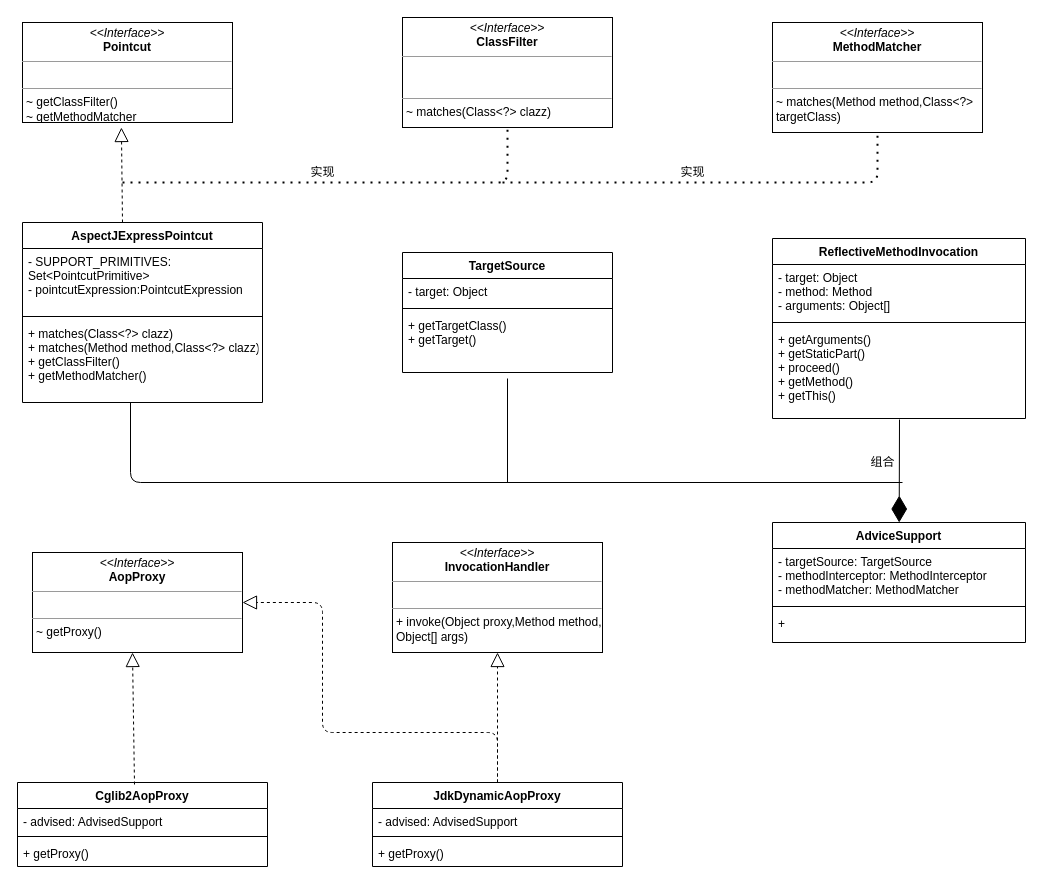
Before: drowio/spring手撸专栏/spring aop基本功能uml.drawio in allen1995/allen-git, a draw.io diagram. Source tidied: cells renumbered, new cells numbered last; positions are measured from the earlier drawing's top-left corner, leaving out a move shared by most shapes. Both pictures are drawn from the tidied source at 100%, with x=0, y=0 at pixel (17, 17).
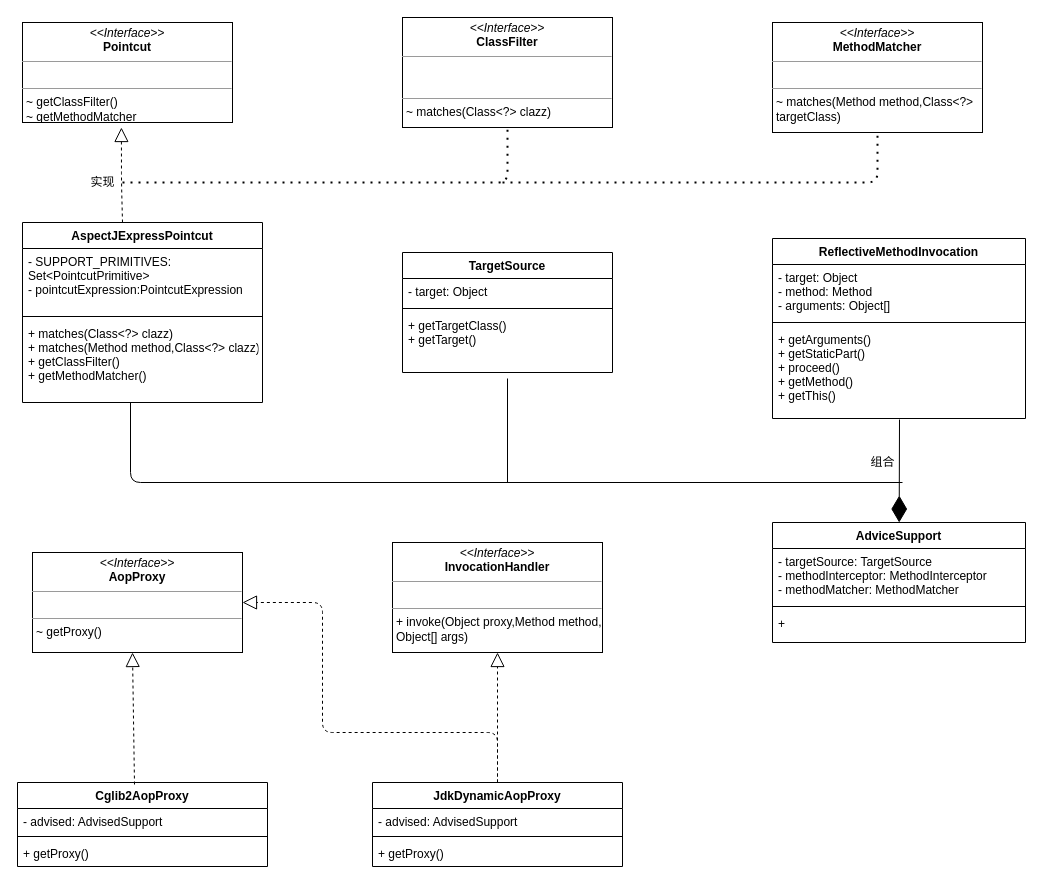
The same diagram, later.

Commit message (it also covers changes not shown here):
Mabatis sql执行时序图提交

Unchanged cells that the change refers to:
```xml
<mxCell id="2" value="&lt;p style=&quot;margin: 0px ; margin-top: 4px ; text-align: center&quot;&gt;&lt;i&gt;&amp;lt;&amp;lt;Interface&amp;gt;&amp;gt;&lt;/i&gt;&lt;br&gt;&lt;b&gt;Pointcut&lt;/b&gt;&lt;/p&gt;&lt;hr size=&quot;1&quot;&gt;&lt;p style=&quot;margin: 0px ; margin-left: 4px&quot;&gt;&lt;br&gt;&lt;/p&gt;&lt;hr size=&quot;1&quot;&gt;&lt;p style=&quot;margin: 0px 0px 0px 4px&quot;&gt;~ getClassFilter()&lt;/p&gt;&lt;p style=&quot;margin: 0px 0px 0px 4px&quot;&gt;~ getMethodMatcher&lt;/p&gt;" style="verticalAlign=top;align=left;overflow=fill;fontSize=12;fontFamily=Helvetica;html=1;" parent="1" vertex="1">
  <mxGeometry x="5" y="5" width="210" height="100" as="geometry" />
</mxCell>
<mxCell id="5" value="AspectJExpressPointcut" style="swimlane;fontStyle=1;align=center;verticalAlign=top;horizontal=1;startSize=26;" parent="1" vertex="1">
  <mxGeometry x="5" y="205" width="240" height="180" as="geometry" />
</mxCell>
```

Diff of the diagram source:
```diff
@@
     <mxCell id="6" style="endArrow=block;dashed=1;endFill=0;endSize=12;html=1;entryX=0.471;entryY=1.05;entryDx=0;entryDy=0;entryPerimeter=0;" parent="5" edge="1" target="2">
       <mxGeometry relative="1" as="geometry">
         <mxPoint x="100" as="sourcePoint" />
+        <Array as="points">
+          <mxPoint x="99" y="-40" />
+        </Array>
       </mxGeometry>
     </mxCell>
@@
-    <mxCell id="12" value="实现" style="text;html=1;align=center;verticalAlign=middle;strokeColor=none;fillColor=none;" parent="1" vertex="1">
-      <mxGeometry x="655" y="145" width="40" height="20" as="geometry" />
-    </mxCell>
     <mxCell id="13" value="实现" style="text;html=1;align=center;verticalAlign=middle;strokeColor=none;fillColor=none;" parent="1" vertex="1">
-      <mxGeometry x="285" y="145" width="40" height="20" as="geometry" />
+      <mxGeometry x="65" y="155" width="40" height="20" as="geometry" />
     </mxCell>
```
